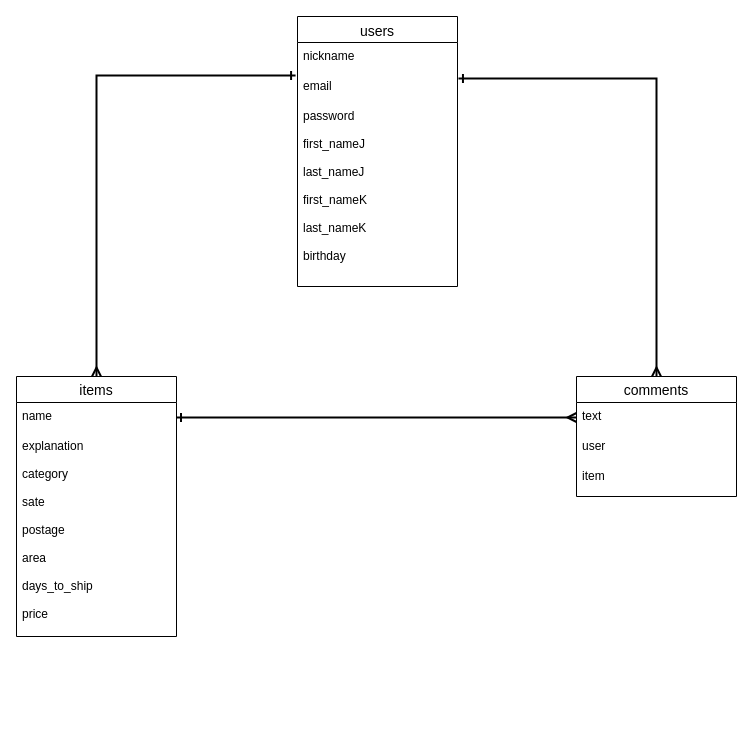
Above: db.dio in TaiseiKunieda/furima-33474 (draw.io), before the change. Source tidied: cells renumbered, new cells numbered last; positions are measured from the earlier drawing's top-left corner, leaving out a move shared by most shapes. Both pictures are drawn from the tidied source at 100%, with x=0, y=0 at pixel (16, 16).
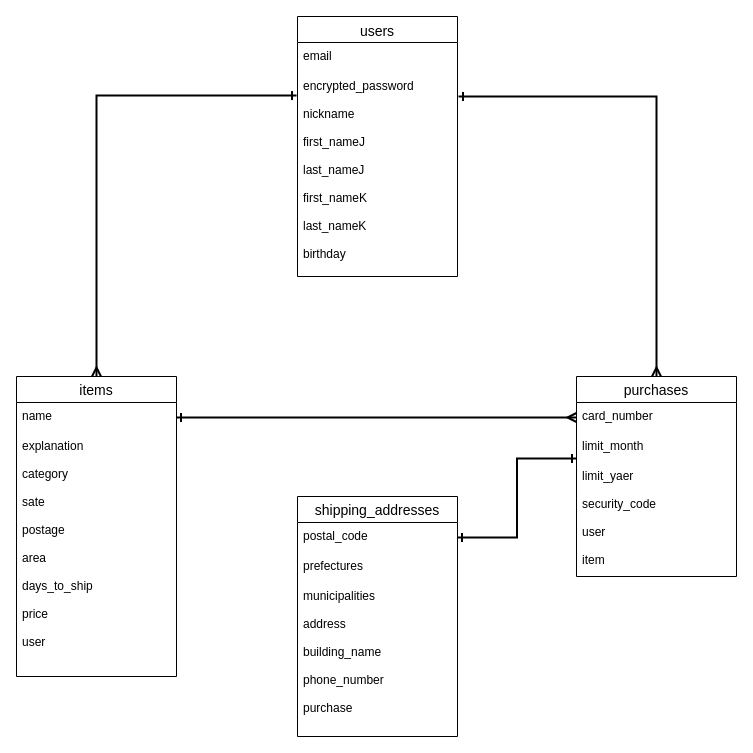
The same diagram, later.

Commit message (it also covers changes not shown here):
ER図とデータベース設計

Change to the diagram source:
```diff
@@
     <mxCell id="2" value="users" style="swimlane;fontStyle=0;horizontal=1;startSize=26;align=center;fontSize=14;verticalAlign=top;" parent="1" vertex="1">
-      <mxGeometry x="281" width="160" height="270" as="geometry" />
+      <mxGeometry x="281" width="160" height="260" as="geometry" />
     </mxCell>
-    <mxCell id="3" value="nickname" style="text;strokeColor=none;fillColor=none;spacingLeft=4;spacingRight=4;overflow=hidden;fontSize=12;" parent="2" vertex="1">
+    <mxCell id="3" value="email" style="text;strokeColor=none;fillColor=none;spacingLeft=4;spacingRight=4;overflow=hidden;fontSize=12;" parent="2" vertex="1">
       <mxGeometry y="26" width="160" height="30" as="geometry" />
     </mxCell>
-    <mxCell id="4" value="email" style="text;strokeColor=none;fillColor=none;spacingLeft=4;spacingRight=4;overflow=hidden;points=[[0,0.5],[1,0.5]];portConstraint=eastwest;fontSize=12;" parent="2" vertex="1">
-      <mxGeometry y="56" width="160" height="30" as="geometry" />
-    </mxCell>
-    <mxCell id="5" value="password&#10;&#10;first_nameJ&#10;&#10;last_nameJ&#10;&#10;first_nameK&#10;&#10;last_nameK&#10;&#10;birthday&#10;" style="text;strokeColor=none;fillColor=none;spacingLeft=4;spacingRight=4;overflow=hidden;points=[[0,0.5],[1,0.5]];portConstraint=eastwest;fontSize=12;verticalAlign=top;spacingBottom=0;labelBorderColor=none;" parent="2" vertex="1">
-      <mxGeometry y="86" width="160" height="184" as="geometry" />
+    <mxCell id="5" value="encrypted_password&#10;&#10;nickname&#10;&#10;first_nameJ&#10;&#10;last_nameJ&#10;&#10;first_nameK&#10;&#10;last_nameK&#10;&#10;birthday&#10;" style="text;strokeColor=none;fillColor=none;spacingLeft=4;spacingRight=4;overflow=hidden;points=[[0,0.5],[1,0.5]];portConstraint=eastwest;fontSize=12;verticalAlign=top;spacingBottom=0;labelBorderColor=none;" parent="2" vertex="1">
+      <mxGeometry y="56" width="160" height="204" as="geometry" />
     </mxCell>
-    <mxCell id="6" style="edgeStyle=orthogonalEdgeStyle;rounded=0;jettySize=auto;html=1;exitX=0.5;exitY=0;exitDx=0;exitDy=0;entryX=-0.012;entryY=0.1;entryDx=0;entryDy=0;entryPerimeter=0;strokeWidth=2;endArrow=ERone;endFill=0;startArrow=ERmany;startFill=0;" parent="1" edge="1" source="7" target="4">
+    <mxCell id="6" style="edgeStyle=orthogonalEdgeStyle;rounded=0;jettySize=auto;html=1;exitX=0.5;exitY=0;exitDx=0;exitDy=0;strokeWidth=2;endArrow=ERone;endFill=0;startArrow=ERmany;startFill=0;entryX=-0.006;entryY=0.113;entryDx=0;entryDy=0;entryPerimeter=0;" parent="1" edge="1" source="7" target="5">
       <mxGeometry relative="1" as="geometry" />
     </mxCell>
     <mxCell id="7" value="items" style="swimlane;fontStyle=0;horizontal=1;startSize=26;align=center;fontSize=14;" parent="1" vertex="1">
-      <mxGeometry y="360" width="160" height="260" as="geometry" />
+      <mxGeometry y="360" width="160" height="300" as="geometry" />
     </mxCell>
@@
-    <mxCell id="9" value="explanation&#10;&#10;category&#10;&#10;sate&#10;&#10;postage&#10;&#10;area&#10;&#10;days_to_ship&#10;&#10;price" style="text;strokeColor=none;fillColor=none;spacingLeft=4;spacingRight=4;overflow=hidden;fontSize=12;horizontal=1;verticalAlign=top;" parent="7" vertex="1">
-      <mxGeometry y="56" width="160" height="204" as="geometry" />
+    <mxCell id="9" value="explanation&#10;&#10;category&#10;&#10;sate&#10;&#10;postage&#10;&#10;area&#10;&#10;days_to_ship&#10;&#10;price&#10;&#10;user" style="text;strokeColor=none;fillColor=none;spacingLeft=4;spacingRight=4;overflow=hidden;fontSize=12;horizontal=1;verticalAlign=top;" parent="7" vertex="1">
+      <mxGeometry y="56" width="160" height="244" as="geometry" />
     </mxCell>
-    <mxCell id="10" style="edgeStyle=orthogonalEdgeStyle;rounded=0;jettySize=auto;html=1;exitX=0.5;exitY=0;exitDx=0;exitDy=0;startArrow=ERmany;startFill=0;endArrow=ERone;endFill=0;strokeWidth=2;entryX=1.006;entryY=0.2;entryDx=0;entryDy=0;entryPerimeter=0;" parent="1" edge="1" source="11" target="4">
-      <mxGeometry relative="1" as="geometry" />
+    <mxCell id="10" style="edgeStyle=orthogonalEdgeStyle;rounded=0;jettySize=auto;html=1;exitX=0.5;exitY=0;exitDx=0;exitDy=0;startArrow=ERmany;startFill=0;endArrow=ERone;endFill=0;strokeWidth=2;" parent="1" edge="1" source="11">
+      <mxGeometry relative="1" as="geometry">
+        <mxPoint x="442" y="80" as="targetPoint" />
+        <Array as="points">
+          <mxPoint x="640" y="80" />
+          <mxPoint x="442" y="80" />
+        </Array>
+      </mxGeometry>
     </mxCell>
-    <mxCell id="11" value="comments" style="swimlane;fontStyle=0;horizontal=1;startSize=26;align=center;fontSize=14;" parent="1" vertex="1">
-      <mxGeometry x="560" y="360" width="160" height="120" as="geometry" />
+    <mxCell id="11" value="purchases" style="swimlane;fontStyle=0;horizontal=1;startSize=26;align=center;fontSize=14;" parent="1" vertex="1">
+      <mxGeometry x="560" y="360" width="160" height="200" as="geometry" />
     </mxCell>
-    <mxCell id="12" value="text" style="text;strokeColor=none;fillColor=none;spacingLeft=4;spacingRight=4;overflow=hidden;points=[[0,0.5],[1,0.5]];portConstraint=eastwest;fontSize=12;" parent="11" vertex="1">
+    <mxCell id="12" value="card_number" style="text;strokeColor=none;fillColor=none;spacingLeft=4;spacingRight=4;overflow=hidden;points=[[0,0.5],[1,0.5]];portConstraint=eastwest;fontSize=12;" parent="11" vertex="1">
       <mxGeometry y="26" width="160" height="30" as="geometry" />
     </mxCell>
-    <mxCell id="13" value="user" style="text;strokeColor=none;fillColor=none;spacingLeft=4;spacingRight=4;overflow=hidden;fontSize=12;" parent="11" vertex="1">
+    <mxCell id="13" value="limit_month" style="text;strokeColor=none;fillColor=none;spacingLeft=4;spacingRight=4;overflow=hidden;fontSize=12;" parent="11" vertex="1">
       <mxGeometry y="56" width="160" height="30" as="geometry" />
     </mxCell>
-    <mxCell id="14" value="item" style="text;strokeColor=none;fillColor=none;spacingLeft=4;spacingRight=4;overflow=hidden;points=[[0,0.5],[1,0.5]];portConstraint=eastwest;fontSize=12;" parent="11" vertex="1">
-      <mxGeometry y="86" width="160" height="34" as="geometry" />
+    <mxCell id="14" value="limit_yaer&#10;&#10;security_code&#10;&#10;user&#10;&#10;item" style="text;strokeColor=none;fillColor=none;spacingLeft=4;spacingRight=4;overflow=hidden;points=[[0,0.5],[1,0.5]];portConstraint=eastwest;fontSize=12;" parent="11" vertex="1">
+      <mxGeometry y="86" width="160" height="114" as="geometry" />
     </mxCell>
@@
+    <mxCell id="16" value="shipping_addresses" style="swimlane;fontStyle=0;horizontal=1;startSize=26;align=center;fontSize=14;html=0;" parent="1" vertex="1">
+      <mxGeometry x="281" y="480" width="160" height="240" as="geometry" />
+    </mxCell>
+    <mxCell id="17" value="postal_code&#10;" style="text;strokeColor=none;fillColor=none;spacingLeft=4;spacingRight=4;overflow=hidden;points=[[0,0.5],[1,0.5]];portConstraint=eastwest;fontSize=12;" parent="16" vertex="1">
+      <mxGeometry y="26" width="160" height="30" as="geometry" />
+    </mxCell>
+    <mxCell id="18" value="prefectures" style="text;strokeColor=none;fillColor=none;spacingLeft=4;spacingRight=4;overflow=hidden;fontSize=12;" parent="16" vertex="1">
+      <mxGeometry y="56" width="160" height="30" as="geometry" />
+    </mxCell>
+    <mxCell id="19" value="municipalities&#10;&#10;address&#10;&#10;building_name&#10;&#10;phone_number&#10;&#10;purchase" style="text;strokeColor=none;fillColor=none;spacingLeft=4;spacingRight=4;overflow=hidden;fontSize=12;" parent="16" vertex="1">
+      <mxGeometry y="86" width="160" height="154" as="geometry" />
+    </mxCell>
+    <mxCell id="20" style="edgeStyle=orthogonalEdgeStyle;rounded=0;jettySize=auto;html=1;exitX=1;exitY=0.5;exitDx=0;exitDy=0;entryX=0;entryY=-0.035;entryDx=0;entryDy=0;entryPerimeter=0;startArrow=ERone;startFill=0;endArrow=ERone;endFill=0;strokeWidth=2;" parent="1" edge="1" source="17" target="14">
+      <mxGeometry relative="1" as="geometry" />
+    </mxCell>
```
